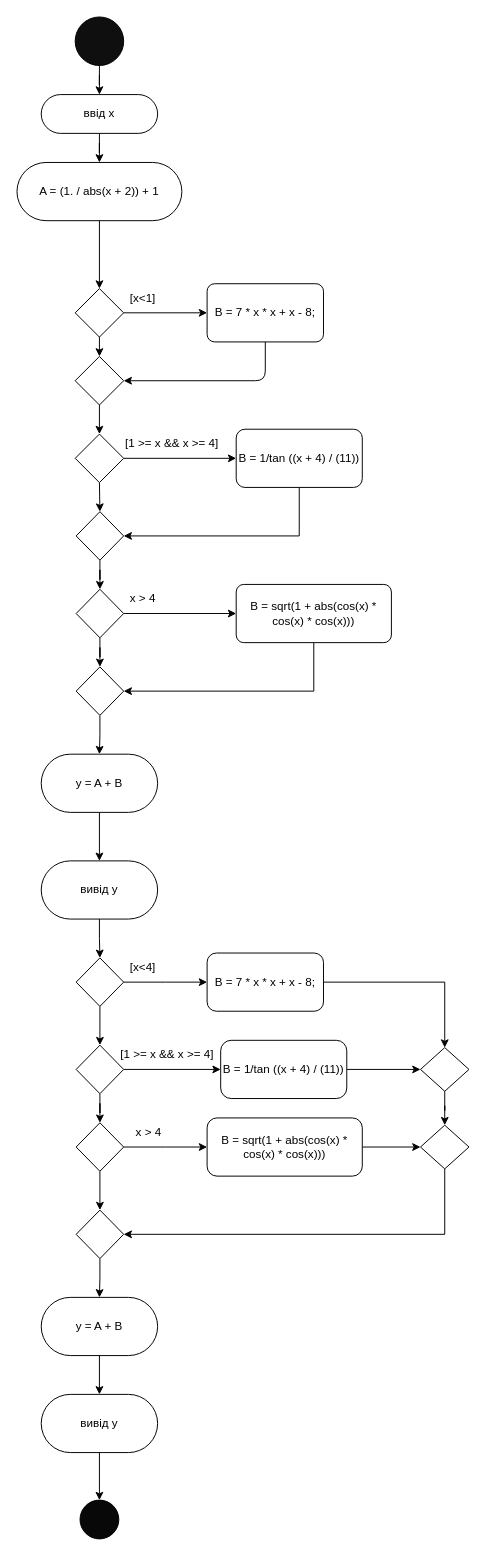
ZhurakovskyiArtem/lab_03 keeps this draw.io diagram as Uml Diagram.drawio. Above is the earlier version. Source tidied: cells renumbered, new cells numbered last; positions are measured from the earlier drawing's top-left corner, leaving out a move shared by most shapes. Both pictures are drawn from the tidied source at 97%, with x=0, y=0 at pixel (16, 16).
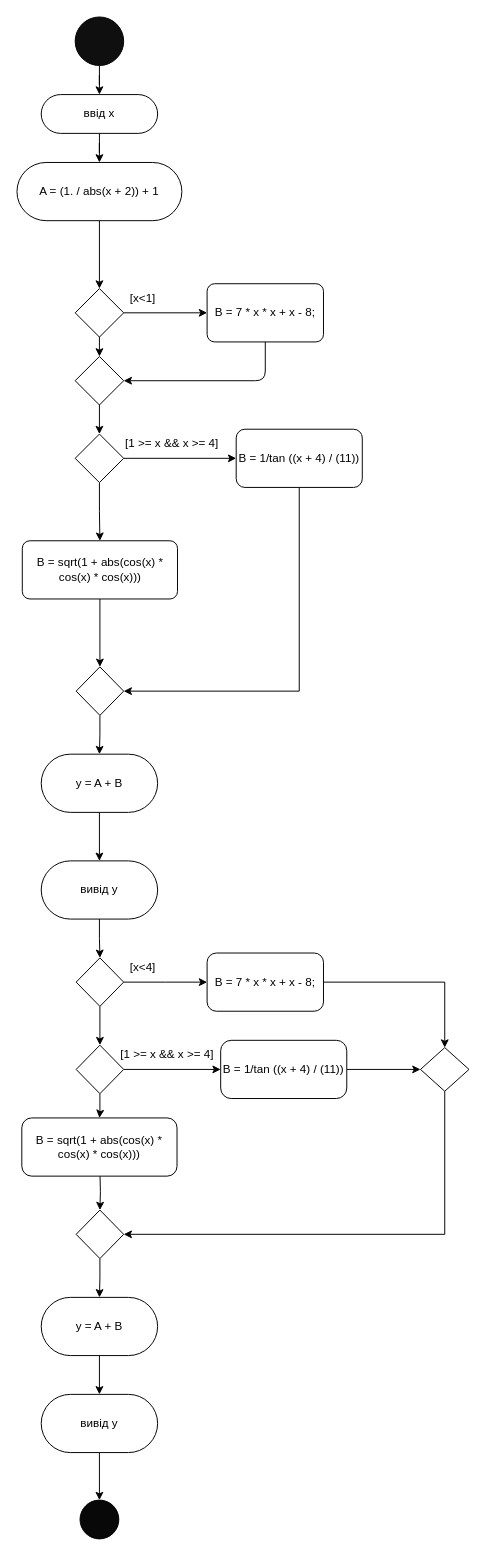
Above is the later version.

The change refers to these unchanged cells:
```xml
<mxCell id="18" style="rhombus;whiteSpace=wrap;html=1;fillColor=#FFFFFF;" parent="1" vertex="1">
  <mxGeometry x="60" y="430" width="50" height="50" as="geometry" />
</mxCell>
<mxCell id="20" value="B = 1/tan ((x + 4) / (11))" style="rounded=1;whiteSpace=wrap;html=1;fillColor=#FFFFFF;arcSize=15;" parent="1" vertex="1">
  <mxGeometry x="226" y="425" width="130" height="60" as="geometry" />
</mxCell>
<mxCell id="31" style="rhombus;whiteSpace=wrap;html=1;fillColor=#FFFFFF;" parent="1" vertex="1">
  <mxGeometry x="61" y="670" width="49" height="50" as="geometry" />
</mxCell>
<mxCell id="43" style="rhombus;whiteSpace=wrap;html=1;fillColor=#FFFFFF;" parent="1" vertex="1">
  <mxGeometry x="61" y="1060" width="49" height="50" as="geometry" />
</mxCell>
<mxCell id="53" style="rhombus;whiteSpace=wrap;html=1;fillColor=#FFFFFF;" parent="1" vertex="1">
  <mxGeometry x="416" y="1062.5" width="50" height="45" as="geometry" />
</mxCell>
<mxCell id="57" style="rhombus;whiteSpace=wrap;html=1;fillColor=#FFFFFF;" parent="1" vertex="1">
  <mxGeometry x="61" y="1230" width="49" height="50" as="geometry" />
</mxCell>
```

Diff of the diagram source:
```diff
@@
-    <mxCell id="17" style="edgeStyle=orthogonalEdgeStyle;rounded=0;jettySize=auto;html=1;exitX=0.5;exitY=1;exitDx=0;exitDy=0;entryX=0.5;entryY=0;entryDx=0;entryDy=0;" parent="1" edge="1" source="18" target="22">
+    <mxCell id="17" style="edgeStyle=orthogonalEdgeStyle;rounded=0;jettySize=auto;html=1;exitX=0.5;exitY=1;exitDx=0;exitDy=0;entryX=0.5;entryY=0;entryDx=0;entryDy=0;" parent="1" edge="1" source="18" target="28">
       <mxGeometry relative="1" as="geometry" />
     </mxCell>
@@
-    <mxCell id="19" style="edgeStyle=orthogonalEdgeStyle;rounded=0;jettySize=auto;html=1;exitX=0.5;exitY=1;exitDx=0;exitDy=0;entryX=1;entryY=0.5;entryDx=0;entryDy=0;" parent="1" edge="1" source="20" target="22">
-      <mxGeometry relative="1" as="geometry" />
+    <mxCell id="19" style="edgeStyle=orthogonalEdgeStyle;rounded=0;jettySize=auto;html=1;exitX=0.5;exitY=1;exitDx=0;exitDy=0;entryX=1;entryY=0.5;entryDx=0;entryDy=0;" parent="1" edge="1" source="20" target="31">
+      <mxGeometry relative="1" as="geometry">
+        <Array as="points">
+          <mxPoint x="291" y="695" />
+        </Array>
+      </mxGeometry>
     </mxCell>
@@
-    <mxCell id="21" style="edgeStyle=orthogonalEdgeStyle;rounded=0;jettySize=auto;html=1;" parent="1" edge="1" source="22" target="26">
-      <mxGeometry relative="1" as="geometry" />
-    </mxCell>
-    <mxCell id="22" style="rhombus;whiteSpace=wrap;html=1;fillColor=#FFFFFF;" parent="1" vertex="1">
-      <mxGeometry x="61" y="510" width="49" height="50" as="geometry" />
-    </mxCell>
@@
-    <mxCell id="24" style="edgeStyle=orthogonalEdgeStyle;rounded=0;jettySize=auto;html=1;" parent="1" edge="1" source="26" target="28">
-      <mxGeometry relative="1" as="geometry" />
-    </mxCell>
-    <mxCell id="25" style="edgeStyle=orthogonalEdgeStyle;rounded=0;jettySize=auto;html=1;" parent="1" edge="1" source="26" target="31">
-      <mxGeometry relative="1" as="geometry" />
-    </mxCell>
-    <mxCell id="26" style="rhombus;whiteSpace=wrap;html=1;fillColor=#FFFFFF;" parent="1" vertex="1">
-      <mxGeometry x="61" y="590" width="49" height="50" as="geometry" />
-    </mxCell>
-    <mxCell id="27" style="edgeStyle=orthogonalEdgeStyle;rounded=0;jettySize=auto;html=1;exitX=0.5;exitY=1;exitDx=0;exitDy=0;entryX=1;entryY=0.5;entryDx=0;entryDy=0;" parent="1" edge="1" source="28" target="31">
+    <mxCell id="27" style="edgeStyle=orthogonalEdgeStyle;rounded=0;jettySize=auto;html=1;exitX=0.5;exitY=1;exitDx=0;exitDy=0;entryX=0.5;entryY=0;entryDx=0;entryDy=0;" parent="1" edge="1" source="28" target="31">
       <mxGeometry relative="1" as="geometry" />
     </mxCell>
     <mxCell id="28" value="B = sqrt(1 + abs(cos(x) * cos(x) * cos(x)))" style="whiteSpace=wrap;html=1;fillColor=#FFFFFF;rounded=1;arcSize=13;" parent="1" vertex="1">
-      <mxGeometry x="226" y="585" width="160" height="60" as="geometry" />
+      <mxGeometry x="5.5" y="540" width="160" height="60" as="geometry" />
     </mxCell>
-    <mxCell id="29" value="x &gt; 4" style="text;html=1;strokeColor=none;fillColor=none;align=center;verticalAlign=middle;whiteSpace=wrap;rounded=0;" parent="1" vertex="1">
-      <mxGeometry x="110" y="590" width="40" height="20" as="geometry" />
-    </mxCell>
@@
-    <mxCell id="42" style="edgeStyle=orthogonalEdgeStyle;rounded=0;jettySize=auto;html=1;" parent="1" edge="1" source="43" target="49">
+    <mxCell id="42" style="edgeStyle=orthogonalEdgeStyle;rounded=0;jettySize=auto;html=1;entryX=0.5;entryY=0;entryDx=0;entryDy=0;" parent="1" edge="1" source="43" target="51">
       <mxGeometry relative="1" as="geometry" />
     </mxCell>
@@
-    <mxCell id="47" style="edgeStyle=orthogonalEdgeStyle;rounded=0;jettySize=auto;html=1;" parent="1" edge="1" source="49">
-      <mxGeometry relative="1" as="geometry">
-        <mxPoint x="196" y="1165" as="targetPoint" />
-      </mxGeometry>
-    </mxCell>
-    <mxCell id="48" style="edgeStyle=orthogonalEdgeStyle;rounded=0;jettySize=auto;html=1;" parent="1" edge="1" source="49" target="57">
-      <mxGeometry relative="1" as="geometry" />
+    <mxCell id="48" style="edgeStyle=orthogonalEdgeStyle;rounded=0;jettySize=auto;html=1;" parent="1" edge="1" target="57">
+      <mxGeometry relative="1" as="geometry">
+        <mxPoint x="85.5" y="1190" as="sourcePoint" />
+      </mxGeometry>
     </mxCell>
-    <mxCell id="49" style="rhombus;whiteSpace=wrap;html=1;fillColor=#FFFFFF;" parent="1" vertex="1">
-      <mxGeometry x="61" y="1140" width="49" height="50" as="geometry" />
-    </mxCell>
-    <mxCell id="50" style="edgeStyle=orthogonalEdgeStyle;rounded=0;jettySize=auto;html=1;exitX=1;exitY=0.5;exitDx=0;exitDy=0;entryX=0;entryY=0.5;entryDx=0;entryDy=0;" parent="1" edge="1" source="51" target="55">
-      <mxGeometry relative="1" as="geometry" />
-    </mxCell>
     <mxCell id="51" value="B = sqrt(1 + abs(cos(x) * cos(x) * cos(x)))" style="whiteSpace=wrap;html=1;fillColor=#FFFFFF;rounded=1;arcSize=17;" parent="1" vertex="1">
-      <mxGeometry x="196" y="1135" width="160" height="60" as="geometry" />
+      <mxGeometry x="5" y="1135" width="160" height="60" as="geometry" />
     </mxCell>
-    <mxCell id="52" style="edgeStyle=orthogonalEdgeStyle;rounded=0;jettySize=auto;html=1;" parent="1" edge="1" source="53" target="55">
-      <mxGeometry relative="1" as="geometry" />
+    <mxCell id="52" style="edgeStyle=orthogonalEdgeStyle;rounded=0;jettySize=auto;html=1;entryX=1;entryY=0.5;entryDx=0;entryDy=0;" parent="1" edge="1" source="53" target="57">
+      <mxGeometry relative="1" as="geometry">
+        <Array as="points">
+          <mxPoint x="441" y="1255" />
+        </Array>
+      </mxGeometry>
     </mxCell>
@@
-    <mxCell id="54" style="edgeStyle=orthogonalEdgeStyle;rounded=0;jettySize=auto;html=1;exitX=0.5;exitY=1;exitDx=0;exitDy=0;entryX=1;entryY=0.5;entryDx=0;entryDy=0;" parent="1" edge="1" source="55" target="57">
-      <mxGeometry relative="1" as="geometry" />
-    </mxCell>
-    <mxCell id="55" style="rhombus;whiteSpace=wrap;html=1;fillColor=#FFFFFF;" parent="1" vertex="1">
-      <mxGeometry x="416" y="1142.5" width="50" height="45" as="geometry" />
-    </mxCell>
@@
-    <mxCell id="64" value="x &gt; 4" style="text;html=1;strokeColor=none;fillColor=none;align=center;verticalAlign=middle;whiteSpace=wrap;rounded=0;" parent="1" vertex="1">
-      <mxGeometry x="116" y="1140" width="40" height="20" as="geometry" />
-    </mxCell>
```
